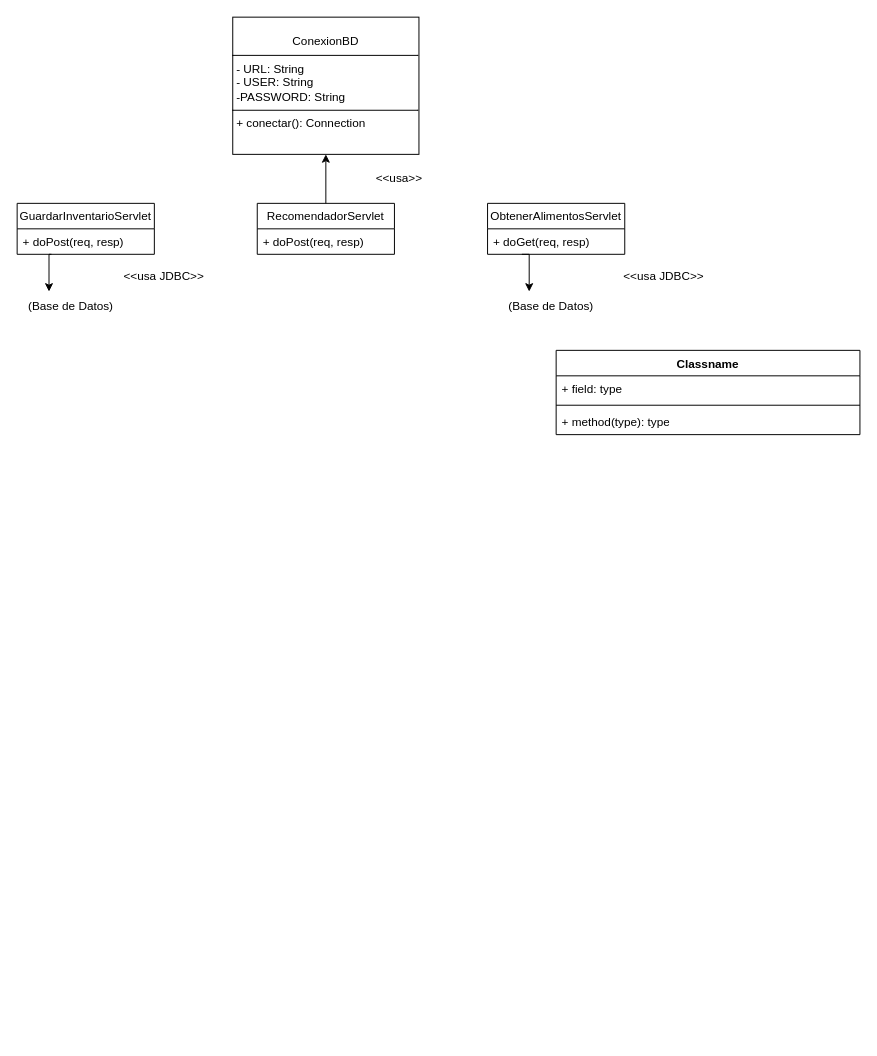
Before: Diagrama Clases Proyecto Pre.drawio in davidagc18/Diagrama-de-Clases, a draw.io diagram. Source tidied: cells renumbered, new cells numbered last; positions are measured from the earlier drawing's top-left corner, leaving out a move shared by most shapes. Both pictures are drawn from the tidied source at 98%, with x=0, y=0 at pixel (17, 17).
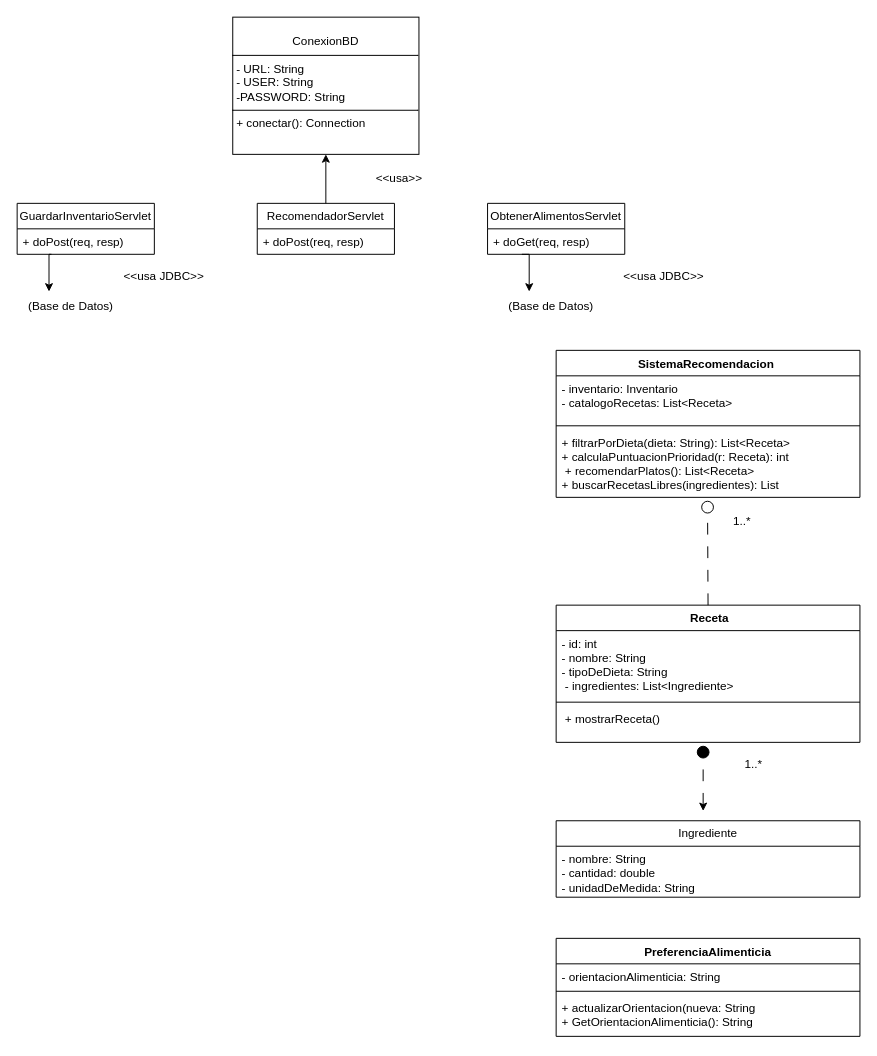
Above is the later version.

Diff of the diagram source:
```diff
@@
-    <mxCell id="17" value="Classname" style="swimlane;fontStyle=1;align=center;verticalAlign=top;horizontal=1;startSize=26;whiteSpace=wrap;html=1;" parent="1" vertex="1">
-      <mxGeometry x="550" y="340" width="310" height="86" as="geometry" />
+    <mxCell id="17" value="SistemaRecomendacion&amp;nbsp;" style="swimlane;fontStyle=1;align=center;verticalAlign=top;horizontal=1;startSize=26;whiteSpace=wrap;html=1;" parent="1" vertex="1">
+      <mxGeometry x="550" y="340" width="310" height="150" as="geometry" />
     </mxCell>
-    <mxCell id="18" value="+ field: type" style="text;strokeColor=none;fillColor=none;align=left;verticalAlign=top;spacingLeft=4;spacingRight=4;overflow=hidden;whiteSpace=wrap;html=1;" parent="17" vertex="1">
-      <mxGeometry y="26" width="310" height="26" as="geometry" />
+    <mxCell id="18" value="- inventario: Inventario&lt;div&gt;- catalogoRecetas: List&amp;lt;Receta&amp;gt;&amp;nbsp;&lt;/div&gt;" style="text;strokeColor=none;fillColor=none;align=left;verticalAlign=top;spacingLeft=4;spacingRight=4;overflow=hidden;whiteSpace=wrap;html=1;" parent="17" vertex="1">
+      <mxGeometry y="26" width="310" height="47" as="geometry" />
     </mxCell>
     <mxCell id="19" style="line;strokeWidth=1;fillColor=none;align=left;verticalAlign=middle;spacingTop=-1;spacingLeft=3;spacingRight=3;labelPosition=right;strokeColor=inherit;labelPerimeter=1;" parent="17" vertex="1">
-      <mxGeometry y="52" width="310" height="8" as="geometry" />
+      <mxGeometry y="73" width="310" height="8" as="geometry" />
     </mxCell>
-    <mxCell id="20" value="+ method(type): type" style="text;strokeColor=none;fillColor=none;align=left;verticalAlign=top;spacingLeft=4;spacingRight=4;overflow=hidden;whiteSpace=wrap;html=1;" parent="17" vertex="1">
-      <mxGeometry y="60" width="310" height="26" as="geometry" />
+    <mxCell id="20" value="+ filtrarPorDieta(dieta: String): List&amp;lt;Receta&amp;gt;&lt;div&gt;+ calculaPuntuacionPrioridad(r: Receta): int&lt;/div&gt;&lt;div&gt;&amp;nbsp;+ recomendarPlatos(): List&amp;lt;Receta&amp;gt;&lt;/div&gt;&lt;div&gt;+ buscarRecetasLibres(ingredientes): List&lt;/div&gt;" style="text;strokeColor=none;fillColor=none;align=left;verticalAlign=top;spacingLeft=4;spacingRight=4;overflow=hidden;whiteSpace=wrap;html=1;" parent="17" vertex="1">
+      <mxGeometry y="81" width="310" height="69" as="geometry" />
     </mxCell>
+    <mxCell id="21" value="1..*" style="text;html=1;whiteSpace=wrap;strokeColor=none;fillColor=none;align=center;verticalAlign=middle;rounded=0;" parent="1" vertex="1">
+      <mxGeometry x="690" y="500" width="100" height="30" as="geometry" />
+    </mxCell>
+    <mxCell id="22" value="&amp;nbsp;Receta" style="swimlane;fontStyle=1;align=center;verticalAlign=top;horizontal=1;startSize=26;whiteSpace=wrap;html=1;" parent="1" vertex="1">
+      <mxGeometry x="550" y="600" width="310" height="140" as="geometry" />
+    </mxCell>
+    <mxCell id="23" value="- id: int&lt;div&gt;- nombre: String&lt;/div&gt;&lt;div&gt;- tipoDeDieta: String&lt;/div&gt;&lt;div&gt;&amp;nbsp;- ingredientes: List&amp;lt;Ingrediente&amp;gt;&amp;nbsp;&lt;/div&gt;" style="text;strokeColor=none;fillColor=none;align=left;verticalAlign=top;spacingLeft=4;spacingRight=4;overflow=hidden;whiteSpace=wrap;html=1;" parent="22" vertex="1">
+      <mxGeometry y="26" width="310" height="69" as="geometry" />
+    </mxCell>
+    <mxCell id="24" style="line;strokeWidth=1;fillColor=none;align=left;verticalAlign=middle;spacingTop=-1;spacingLeft=3;spacingRight=3;labelPosition=right;strokeColor=inherit;labelPerimeter=1;" parent="22" vertex="1">
+      <mxGeometry y="95" width="310" height="8" as="geometry" />
+    </mxCell>
+    <mxCell id="25" value="&amp;nbsp;+ mostrarReceta()&amp;nbsp;" style="text;strokeColor=none;fillColor=none;align=left;verticalAlign=top;spacingLeft=4;spacingRight=4;overflow=hidden;whiteSpace=wrap;html=1;" parent="22" vertex="1">
+      <mxGeometry y="103" width="310" height="37" as="geometry" />
+    </mxCell>
+    <mxCell id="26" value="&lt;div&gt;&lt;br&gt;&lt;/div&gt;&amp;nbsp;1..*" style="text;html=1;whiteSpace=wrap;strokeColor=none;fillColor=none;align=center;verticalAlign=middle;rounded=0;" parent="1" vertex="1">
+      <mxGeometry x="700" y="740" width="100" height="30" as="geometry" />
+    </mxCell>
+    <mxCell id="27" style="endArrow=oval;dashed=1;endFill=1;endSize=12;html=1;rounded=0;defaultLabelBackgroundColor=page;startArrow=classic;startFill=1;dashPattern=12 12;" parent="1" edge="1">
+      <mxGeometry relative="1" as="geometry">
+        <mxPoint x="700" y="810" as="sourcePoint" />
+        <mxPoint x="700" y="750" as="targetPoint" />
+      </mxGeometry>
+    </mxCell>
+    <mxCell id="28" value="Ingrediente" style="swimlane;fontStyle=0;horizontal=1;startSize=26;fillColor=none;whiteSpace=wrap;html=1;" parent="1" vertex="1">
+      <mxGeometry x="550" y="820" width="310" height="78" as="geometry" />
+    </mxCell>
+    <mxCell id="29" value="- nombre: String&lt;div&gt;- cantidad: double&lt;/div&gt;&lt;div&gt;- unidadDeMedida: String&lt;/div&gt;" style="text;strokeColor=none;fillColor=none;align=left;verticalAlign=top;spacingLeft=4;spacingRight=4;overflow=hidden;whiteSpace=wrap;html=1;" parent="28" vertex="1">
+      <mxGeometry y="26" width="310" height="52" as="geometry" />
+    </mxCell>
+    <mxCell id="30" value="PreferenciaAlimenticia" style="swimlane;fontStyle=1;align=center;verticalAlign=top;horizontal=1;startSize=26;whiteSpace=wrap;html=1;" parent="1" vertex="1">
+      <mxGeometry x="550" y="940" width="310" height="100" as="geometry" />
+    </mxCell>
+    <mxCell id="31" value="- orientacionAlimenticia: String" style="text;strokeColor=none;fillColor=none;align=left;verticalAlign=top;spacingLeft=4;spacingRight=4;overflow=hidden;whiteSpace=wrap;html=1;" parent="30" vertex="1">
+      <mxGeometry y="26" width="310" height="24" as="geometry" />
+    </mxCell>
+    <mxCell id="32" style="line;strokeWidth=1;fillColor=none;align=left;verticalAlign=middle;spacingTop=-1;spacingLeft=3;spacingRight=3;labelPosition=right;strokeColor=inherit;labelPerimeter=1;" parent="30" vertex="1">
+      <mxGeometry y="50" width="310" height="8" as="geometry" />
+    </mxCell>
+    <mxCell id="33" value="+ actualizarOrientacion(nueva: String&lt;div&gt;+ GetOrientacionAlimenticia(): String&amp;nbsp;&lt;/div&gt;" style="text;strokeColor=none;fillColor=none;align=left;verticalAlign=top;spacingLeft=4;spacingRight=4;overflow=hidden;whiteSpace=wrap;html=1;" parent="30" vertex="1">
+      <mxGeometry y="58" width="310" height="42" as="geometry" />
+    </mxCell>
+    <mxCell id="34" style="endArrow=oval;dashed=1;endFill=0;endSize=12;html=1;rounded=0;defaultLabelBackgroundColor=page;startArrow=none;startFill=0;dashPattern=12 12;exitX=0.5;exitY=0;exitDx=0;exitDy=0;" parent="1" edge="1" source="22">
+      <mxGeometry relative="1" as="geometry">
+        <mxPoint x="704.5" y="500" as="targetPoint" />
+      </mxGeometry>
+    </mxCell>
```
